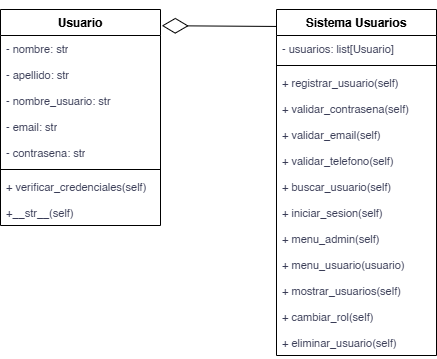
The draw.io diagram sistema_usuarios/programacion/Diagrama-de-Clases-MiCoachFit.png in 1A-Developers-ISPC/Proyecto-Integrador-I-MiCoachFit, before a commit. Source tidied: cells renumbered, new cells last; positions are measured from the earlier drawing's top-left corner, leaving out a move shared by most shapes.
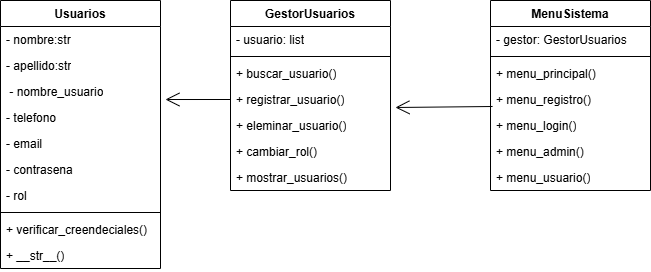
Later version of the same file.

Commit message:
Modificacion del digrama de clase

Change to the diagram source:
```diff
@@ -2,77 +2,92 @@
   <root>
     <mxCell id="0" />
     <mxCell id="1" parent="0" />
-    <mxCell id="2" value="Usuario" style="swimlane;fontStyle=1;align=center;verticalAlign=top;horizontal=1;startSize=26;whiteSpace=wrap;html=1;" parent="1" vertex="1">
-      <mxGeometry width="160" height="216" as="geometry" />
-    </mxCell>
-    <mxCell id="3" value="&lt;span style=&quot;color: rgb(57, 60, 86); font-size: 11px; text-wrap-mode: nowrap;&quot;&gt;- nombre: str&lt;/span&gt;" style="text;strokeColor=none;fillColor=none;align=left;verticalAlign=top;spacingLeft=4;spacingRight=4;overflow=hidden;whiteSpace=wrap;html=1;" parent="2" vertex="1">
-      <mxGeometry y="26" width="160" height="26" as="geometry" />
-    </mxCell>
-    <mxCell id="4" value="&lt;span style=&quot;color: rgb(57, 60, 86); font-size: 11px; text-wrap-mode: nowrap;&quot;&gt;- apellido: str&lt;/span&gt;" style="text;strokeColor=none;fillColor=none;align=left;verticalAlign=top;spacingLeft=4;spacingRight=4;overflow=hidden;whiteSpace=wrap;html=1;" parent="2" vertex="1">
-      <mxGeometry y="52" width="160" height="26" as="geometry" />
-    </mxCell>
-    <mxCell id="5" value="&lt;span style=&quot;color: rgb(57, 60, 86); font-size: 11px; text-wrap-mode: nowrap;&quot;&gt;- nombre_usuario: str&lt;/span&gt;" style="text;strokeColor=none;fillColor=none;align=left;verticalAlign=top;spacingLeft=4;spacingRight=4;overflow=hidden;whiteSpace=wrap;html=1;" parent="2" vertex="1">
-      <mxGeometry y="78" width="160" height="26" as="geometry" />
-    </mxCell>
-    <mxCell id="6" value="&lt;span style=&quot;color: rgb(57, 60, 86); font-size: 11px; text-wrap-mode: nowrap;&quot;&gt;- email: str&lt;/span&gt;" style="text;strokeColor=none;fillColor=none;align=left;verticalAlign=top;spacingLeft=4;spacingRight=4;overflow=hidden;whiteSpace=wrap;html=1;" parent="2" vertex="1">
-      <mxGeometry y="104" width="160" height="26" as="geometry" />
-    </mxCell>
-    <mxCell id="7" value="&lt;span style=&quot;color: rgb(57, 60, 86); font-size: 11px; text-wrap-mode: nowrap;&quot;&gt;- contrasena: str&lt;/span&gt;" style="text;strokeColor=none;fillColor=none;align=left;verticalAlign=top;spacingLeft=4;spacingRight=4;overflow=hidden;whiteSpace=wrap;html=1;" parent="2" vertex="1">
-      <mxGeometry y="130" width="160" height="26" as="geometry" />
-    </mxCell>
-    <mxCell id="8" style="line;strokeWidth=1;fillColor=none;align=left;verticalAlign=middle;spacingTop=-1;spacingLeft=3;spacingRight=3;labelPosition=right;strokeColor=inherit;" parent="2" vertex="1">
-      <mxGeometry y="156" width="160" height="8" as="geometry" />
-    </mxCell>
-    <mxCell id="9" value="&lt;span style=&quot;color: rgb(57, 60, 86); font-size: 11px; text-wrap-mode: nowrap;&quot;&gt;+ verificar_credenciales(self)&lt;/span&gt;" style="text;strokeColor=none;fillColor=none;align=left;verticalAlign=top;spacingLeft=4;spacingRight=4;overflow=hidden;whiteSpace=wrap;html=1;" parent="2" vertex="1">
-      <mxGeometry y="164" width="160" height="26" as="geometry" />
-    </mxCell>
-    <mxCell id="10" value="&lt;span style=&quot;color: rgb(57, 60, 86); font-size: 11px; text-wrap-mode: nowrap;&quot;&gt;+__str__(self)&lt;/span&gt;" style="text;strokeColor=none;fillColor=none;align=left;verticalAlign=top;spacingLeft=4;spacingRight=4;overflow=hidden;whiteSpace=wrap;html=1;" parent="2" vertex="1">
-      <mxGeometry y="190" width="160" height="26" as="geometry" />
-    </mxCell>
-    <mxCell id="11" value="Sistema Usuarios" style="swimlane;fontStyle=1;align=center;verticalAlign=top;horizontal=1;startSize=26;whiteSpace=wrap;html=1;" parent="1" vertex="1">
-      <mxGeometry x="276" width="160" height="346" as="geometry" />
-    </mxCell>
-    <mxCell id="12" value="&lt;span style=&quot;color: rgb(57, 60, 86); font-size: 11px; text-wrap-mode: nowrap;&quot;&gt;- usuarios: list[Usuario]&lt;/span&gt;" style="text;strokeColor=none;fillColor=none;align=left;verticalAlign=top;spacingLeft=4;spacingRight=4;overflow=hidden;whiteSpace=wrap;html=1;" parent="11" vertex="1">
-      <mxGeometry y="26" width="160" height="26" as="geometry" />
-    </mxCell>
-    <mxCell id="13" style="line;strokeWidth=1;fillColor=none;align=left;verticalAlign=middle;spacingTop=-1;spacingLeft=3;spacingRight=3;labelPosition=right;strokeColor=inherit;" parent="11" vertex="1">
-      <mxGeometry y="52" width="160" height="8" as="geometry" />
-    </mxCell>
-    <mxCell id="14" value="&lt;span style=&quot;color: rgb(57, 60, 86); font-size: 11px; text-wrap-mode: nowrap;&quot;&gt;+ registrar_usuario(self)&lt;/span&gt;" style="text;strokeColor=none;fillColor=none;align=left;verticalAlign=top;spacingLeft=4;spacingRight=4;overflow=hidden;whiteSpace=wrap;html=1;" parent="11" vertex="1">
-      <mxGeometry y="60" width="160" height="26" as="geometry" />
-    </mxCell>
-    <mxCell id="15" value="&lt;span style=&quot;color: rgb(57, 60, 86); font-size: 11px; text-wrap-mode: nowrap;&quot;&gt;+ validar_contrasena(self)&lt;/span&gt;" style="text;strokeColor=none;fillColor=none;align=left;verticalAlign=top;spacingLeft=4;spacingRight=4;overflow=hidden;whiteSpace=wrap;html=1;" parent="11" vertex="1">
-      <mxGeometry y="86" width="160" height="26" as="geometry" />
-    </mxCell>
-    <mxCell id="16" value="&lt;span style=&quot;color: rgb(57, 60, 86); font-size: 11px; text-wrap-mode: nowrap;&quot;&gt;+ validar_email(self)&lt;/span&gt;" style="text;strokeColor=none;fillColor=none;align=left;verticalAlign=top;spacingLeft=4;spacingRight=4;overflow=hidden;whiteSpace=wrap;html=1;" parent="11" vertex="1">
-      <mxGeometry y="112" width="160" height="26" as="geometry" />
-    </mxCell>
-    <mxCell id="17" value="&lt;span style=&quot;color: rgb(57, 60, 86); font-size: 11px; text-wrap-mode: nowrap;&quot;&gt;+ validar_telefono(self)&lt;/span&gt;" style="text;strokeColor=none;fillColor=none;align=left;verticalAlign=top;spacingLeft=4;spacingRight=4;overflow=hidden;whiteSpace=wrap;html=1;" parent="11" vertex="1">
-      <mxGeometry y="138" width="160" height="26" as="geometry" />
-    </mxCell>
-    <mxCell id="18" value="&lt;span style=&quot;color: rgb(57, 60, 86); font-size: 11px; text-wrap-mode: nowrap;&quot;&gt;+ buscar_usuario(self)&lt;/span&gt;" style="text;strokeColor=none;fillColor=none;align=left;verticalAlign=top;spacingLeft=4;spacingRight=4;overflow=hidden;whiteSpace=wrap;html=1;" parent="11" vertex="1">
-      <mxGeometry y="164" width="160" height="26" as="geometry" />
-    </mxCell>
-    <mxCell id="19" value="&lt;span style=&quot;color: rgb(57, 60, 86); font-size: 11px; text-wrap-mode: nowrap;&quot;&gt;+ iniciar_sesion(self)&lt;/span&gt;" style="text;strokeColor=none;fillColor=none;align=left;verticalAlign=top;spacingLeft=4;spacingRight=4;overflow=hidden;whiteSpace=wrap;html=1;" parent="11" vertex="1">
-      <mxGeometry y="190" width="160" height="26" as="geometry" />
-    </mxCell>
-    <mxCell id="20" value="&lt;span style=&quot;color: rgb(57, 60, 86); font-size: 11px; text-wrap-mode: nowrap;&quot;&gt;+ menu_admin(self)&lt;/span&gt;" style="text;strokeColor=none;fillColor=none;align=left;verticalAlign=top;spacingLeft=4;spacingRight=4;overflow=hidden;whiteSpace=wrap;html=1;" parent="11" vertex="1">
-      <mxGeometry y="216" width="160" height="26" as="geometry" />
-    </mxCell>
-    <mxCell id="21" value="&lt;span style=&quot;color: rgb(57, 60, 86); font-size: 11px; text-wrap-mode: nowrap;&quot;&gt;+ menu_usuario(usuario)&lt;/span&gt;" style="text;strokeColor=none;fillColor=none;align=left;verticalAlign=top;spacingLeft=4;spacingRight=4;overflow=hidden;whiteSpace=wrap;html=1;" parent="11" vertex="1">
-      <mxGeometry y="242" width="160" height="26" as="geometry" />
-    </mxCell>
-    <mxCell id="22" value="&lt;span style=&quot;color: rgb(57, 60, 86); font-size: 11px; text-wrap-mode: nowrap;&quot;&gt;+ mostrar_usuarios(self)&lt;/span&gt;" style="text;strokeColor=none;fillColor=none;align=left;verticalAlign=top;spacingLeft=4;spacingRight=4;overflow=hidden;whiteSpace=wrap;html=1;" parent="11" vertex="1">
-      <mxGeometry y="268" width="160" height="26" as="geometry" />
-    </mxCell>
-    <mxCell id="23" value="&lt;span style=&quot;color: rgb(57, 60, 86); font-size: 11px; text-wrap-mode: nowrap;&quot;&gt;+ cambiar_rol(self)&lt;/span&gt;" style="text;strokeColor=none;fillColor=none;align=left;verticalAlign=top;spacingLeft=4;spacingRight=4;overflow=hidden;whiteSpace=wrap;html=1;" parent="11" vertex="1">
-      <mxGeometry y="294" width="160" height="26" as="geometry" />
-    </mxCell>
-    <mxCell id="24" value="&lt;span style=&quot;color: rgb(57, 60, 86); font-size: 11px; text-wrap-mode: nowrap;&quot;&gt;+ eliminar_usuario(self)&lt;/span&gt;" style="text;strokeColor=none;fillColor=none;align=left;verticalAlign=top;spacingLeft=4;spacingRight=4;overflow=hidden;whiteSpace=wrap;html=1;" parent="11" vertex="1">
-      <mxGeometry y="320" width="160" height="26" as="geometry" />
-    </mxCell>
-    <mxCell id="25" style="endArrow=diamondThin;endFill=0;endSize=24;html=1;rounded=0;exitX=-0.002;exitY=0.049;exitDx=0;exitDy=0;exitPerimeter=0;entryX=1.008;entryY=0.075;entryDx=0;entryDy=0;entryPerimeter=0;" parent="1" edge="1" source="11" target="2">
-      <mxGeometry relative="1" as="geometry" />
-    </mxCell>
+    <mxCell id="26" value="Usuarios" style="swimlane;fontStyle=1;align=center;verticalAlign=top;horizontal=1;startSize=26;whiteSpace=wrap;html=1;" parent="1" vertex="1">
+      <mxGeometry x="-64" y="50" width="160" height="268" as="geometry" />
+    </mxCell>
+    <mxCell id="27" value="- nombre:str" style="text;strokeColor=none;fillColor=none;align=left;verticalAlign=top;spacingLeft=4;spacingRight=4;overflow=hidden;whiteSpace=wrap;html=1;" parent="26" vertex="1">
+      <mxGeometry y="26" width="160" height="26" as="geometry" />
+    </mxCell>
+    <mxCell id="28" value="- apellido:str" style="text;strokeColor=none;fillColor=none;align=left;verticalAlign=top;spacingLeft=4;spacingRight=4;overflow=hidden;whiteSpace=wrap;html=1;" parent="26" vertex="1">
+      <mxGeometry y="52" width="160" height="26" as="geometry" />
+    </mxCell>
+    <mxCell id="29" value="&amp;nbsp;- nombre_usuario" style="text;strokeColor=none;fillColor=none;align=left;verticalAlign=top;spacingLeft=4;spacingRight=4;overflow=hidden;points=[[0,0.5],[1,0.5]];portConstraint=eastwest;whiteSpace=wrap;html=1;" parent="26" vertex="1">
+      <mxGeometry y="78" width="160" height="26" as="geometry" />
+    </mxCell>
+    <mxCell id="30" value="- telefono" style="text;strokeColor=none;fillColor=none;align=left;verticalAlign=top;spacingLeft=4;spacingRight=4;overflow=hidden;whiteSpace=wrap;html=1;" parent="26" vertex="1">
+      <mxGeometry y="104" width="160" height="26" as="geometry" />
+    </mxCell>
+    <mxCell id="31" value="- email" style="text;strokeColor=none;fillColor=none;align=left;verticalAlign=top;spacingLeft=4;spacingRight=4;overflow=hidden;whiteSpace=wrap;html=1;" parent="26" vertex="1">
+      <mxGeometry y="130" width="160" height="26" as="geometry" />
+    </mxCell>
+    <mxCell id="32" value="- contrasena" style="text;strokeColor=none;fillColor=none;align=left;verticalAlign=top;spacingLeft=4;spacingRight=4;overflow=hidden;whiteSpace=wrap;html=1;" parent="26" vertex="1">
+      <mxGeometry y="156" width="160" height="26" as="geometry" />
+    </mxCell>
+    <mxCell id="33" value="- rol" style="text;strokeColor=none;fillColor=none;align=left;verticalAlign=top;spacingLeft=4;spacingRight=4;overflow=hidden;whiteSpace=wrap;html=1;" parent="26" vertex="1">
+      <mxGeometry y="182" width="160" height="26" as="geometry" />
+    </mxCell>
+    <mxCell id="34" style="line;strokeWidth=1;fillColor=none;align=left;verticalAlign=middle;spacingTop=-1;spacingLeft=3;spacingRight=3;labelPosition=right;strokeColor=inherit;" parent="26" vertex="1">
+      <mxGeometry y="208" width="160" height="8" as="geometry" />
+    </mxCell>
+    <mxCell id="35" value="+ verificar_creendeciales()" style="text;strokeColor=none;fillColor=none;align=left;verticalAlign=top;spacingLeft=4;spacingRight=4;overflow=hidden;whiteSpace=wrap;html=1;" parent="26" vertex="1">
+      <mxGeometry y="216" width="160" height="26" as="geometry" />
+    </mxCell>
+    <mxCell id="36" value="+ __str__()" style="text;strokeColor=none;fillColor=none;align=left;verticalAlign=top;spacingLeft=4;spacingRight=4;overflow=hidden;whiteSpace=wrap;html=1;" parent="26" vertex="1">
+      <mxGeometry y="242" width="160" height="26" as="geometry" />
+    </mxCell>
+    <mxCell id="37" value="GestorUsuarios" style="swimlane;fontStyle=1;align=center;verticalAlign=top;horizontal=1;startSize=26;whiteSpace=wrap;html=1;" parent="1" vertex="1">
+      <mxGeometry x="166" y="50" width="160" height="190" as="geometry" />
+    </mxCell>
+    <mxCell id="38" value="- usuario: list" style="text;strokeColor=none;fillColor=none;align=left;verticalAlign=top;spacingLeft=4;spacingRight=4;overflow=hidden;whiteSpace=wrap;html=1;" parent="37" vertex="1">
+      <mxGeometry y="26" width="160" height="26" as="geometry" />
+    </mxCell>
+    <mxCell id="39" style="line;strokeWidth=1;fillColor=none;align=left;verticalAlign=middle;spacingTop=-1;spacingLeft=3;spacingRight=3;labelPosition=right;strokeColor=inherit;" parent="37" vertex="1">
+      <mxGeometry y="52" width="160" height="8" as="geometry" />
+    </mxCell>
+    <mxCell id="40" value="+ buscar_usuario()" style="text;strokeColor=none;fillColor=none;align=left;verticalAlign=top;spacingLeft=4;spacingRight=4;overflow=hidden;whiteSpace=wrap;html=1;" parent="37" vertex="1">
+      <mxGeometry y="60" width="160" height="26" as="geometry" />
+    </mxCell>
+    <mxCell id="41" value="+ registrar_usuario()" style="text;strokeColor=none;fillColor=none;align=left;verticalAlign=top;spacingLeft=4;spacingRight=4;overflow=hidden;points=[[0,0.5],[1,0.5]];portConstraint=eastwest;whiteSpace=wrap;html=1;" parent="37" vertex="1">
+      <mxGeometry y="86" width="160" height="26" as="geometry" />
+    </mxCell>
+    <mxCell id="42" value="+ eleminar_usuario()" style="text;strokeColor=none;fillColor=none;align=left;verticalAlign=top;spacingLeft=4;spacingRight=4;overflow=hidden;whiteSpace=wrap;html=1;" parent="37" vertex="1">
+      <mxGeometry y="112" width="160" height="26" as="geometry" />
+    </mxCell>
+    <mxCell id="43" value="+ cambiar_rol()" style="text;strokeColor=none;fillColor=none;align=left;verticalAlign=top;spacingLeft=4;spacingRight=4;overflow=hidden;whiteSpace=wrap;html=1;" parent="37" vertex="1">
+      <mxGeometry y="138" width="160" height="26" as="geometry" />
+    </mxCell>
+    <mxCell id="44" value="+ mostrar_usuarios()" style="text;strokeColor=none;fillColor=none;align=left;verticalAlign=top;spacingLeft=4;spacingRight=4;overflow=hidden;whiteSpace=wrap;html=1;" parent="37" vertex="1">
+      <mxGeometry y="164" width="160" height="26" as="geometry" />
+    </mxCell>
+    <mxCell id="45" value="MenuSistema" style="swimlane;fontStyle=1;align=center;verticalAlign=top;horizontal=1;startSize=26;whiteSpace=wrap;html=1;" parent="1" vertex="1">
+      <mxGeometry x="426" y="50" width="160" height="190" as="geometry" />
+    </mxCell>
+    <mxCell id="46" value="- gestor: GestorUsuarios" style="text;strokeColor=none;fillColor=none;align=left;verticalAlign=top;spacingLeft=4;spacingRight=4;overflow=hidden;whiteSpace=wrap;html=1;" parent="45" vertex="1">
+      <mxGeometry y="26" width="160" height="26" as="geometry" />
+    </mxCell>
+    <mxCell id="47" style="line;strokeWidth=1;fillColor=none;align=left;verticalAlign=middle;spacingTop=-1;spacingLeft=3;spacingRight=3;labelPosition=right;strokeColor=inherit;" parent="45" vertex="1">
+      <mxGeometry y="52" width="160" height="8" as="geometry" />
+    </mxCell>
+    <mxCell id="48" value="+ menu_principal()" style="text;strokeColor=none;fillColor=none;align=left;verticalAlign=top;spacingLeft=4;spacingRight=4;overflow=hidden;whiteSpace=wrap;html=1;" parent="45" vertex="1">
+      <mxGeometry y="60" width="160" height="26" as="geometry" />
+    </mxCell>
+    <mxCell id="49" value="+ menu_registro()" style="text;strokeColor=none;fillColor=none;align=left;verticalAlign=top;spacingLeft=4;spacingRight=4;overflow=hidden;points=[[0,0.5],[1,0.5]];portConstraint=eastwest;whiteSpace=wrap;html=1;" parent="45" vertex="1">
+      <mxGeometry y="86" width="160" height="26" as="geometry" />
+    </mxCell>
+    <mxCell id="50" value="+ menu_login()" style="text;strokeColor=none;fillColor=none;align=left;verticalAlign=top;spacingLeft=4;spacingRight=4;overflow=hidden;whiteSpace=wrap;html=1;" parent="45" vertex="1">
+      <mxGeometry y="112" width="160" height="26" as="geometry" />
+    </mxCell>
+    <mxCell id="51" value="+ menu_admin()" style="text;strokeColor=none;fillColor=none;align=left;verticalAlign=top;spacingLeft=4;spacingRight=4;overflow=hidden;whiteSpace=wrap;html=1;" parent="45" vertex="1">
+      <mxGeometry y="138" width="160" height="26" as="geometry" />
+    </mxCell>
+    <mxCell id="52" value="+ menu_usuario()" style="text;strokeColor=none;fillColor=none;align=left;verticalAlign=top;spacingLeft=4;spacingRight=4;overflow=hidden;whiteSpace=wrap;html=1;" parent="45" vertex="1">
+      <mxGeometry y="164" width="160" height="26" as="geometry" />
+    </mxCell>
+    <mxCell id="53" style="endArrow=open;endFill=1;endSize=12;html=1;rounded=0;exitX=0.013;exitY=0.769;exitDx=0;exitDy=0;entryX=1.031;entryY=0.808;entryDx=0;entryDy=0;entryPerimeter=0;exitPerimeter=0;" parent="1" edge="1" source="49" target="41">
+      <mxGeometry relative="1" as="geometry" />
+    </mxCell>
+    <mxCell id="54" style="endArrow=open;endFill=1;endSize=12;html=1;rounded=0;exitX=0;exitY=0.5;exitDx=0;exitDy=0;entryX=1.031;entryY=0.808;entryDx=0;entryDy=0;entryPerimeter=0;" parent="1" edge="1" source="41" target="29">
+      <mxGeometry relative="1" as="geometry" />
+    </mxCell>
   </root>
 </mxGraphModel>
```
